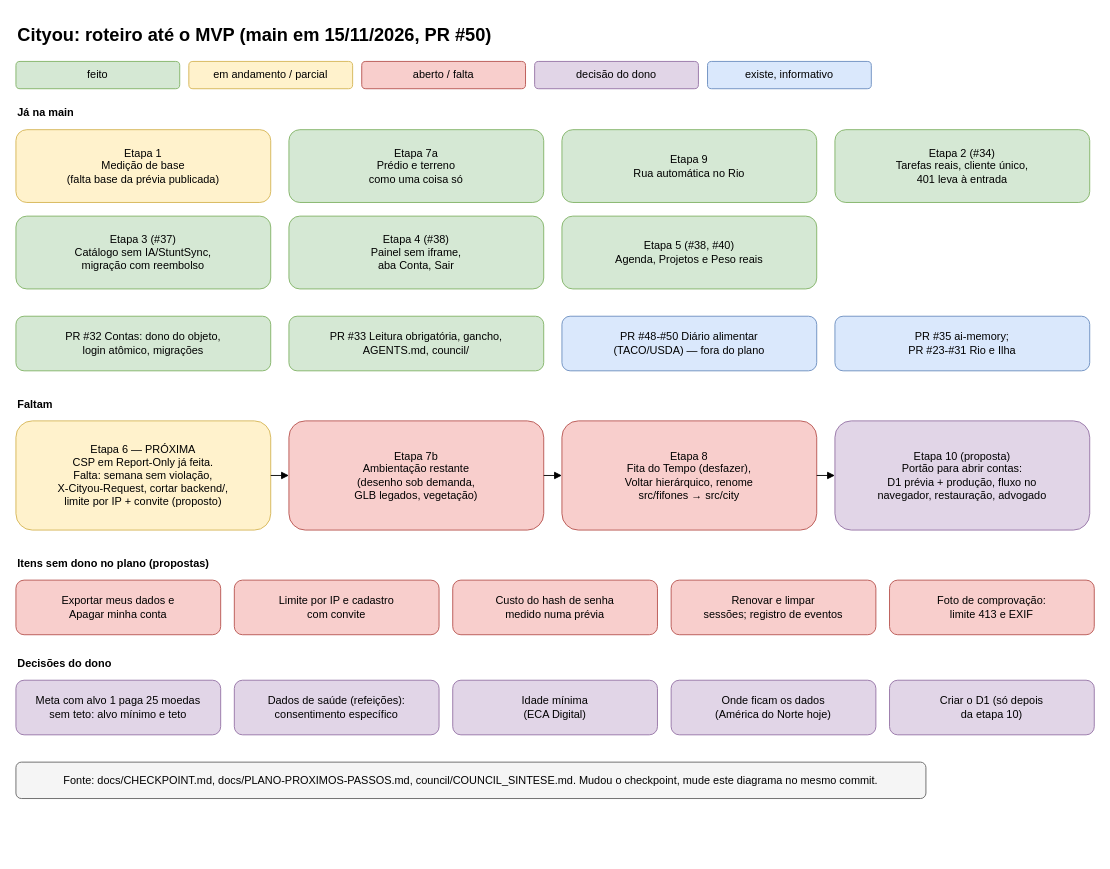
This is page "1 Roteiro até o MVP" (1 of 4) of docs/diagrams/cityou-mvp.drawio from luizfelipeulhoa-afk/Cityou, a draw.io file, before an edit. Source tidied: cells renumbered, new cells numbered last; positions are measured from the earlier drawing's top-left corner, leaving out a move shared by most shapes. Both pictures are drawn from the tidied source at 91%, with x=0, y=0 at pixel (15, 15).
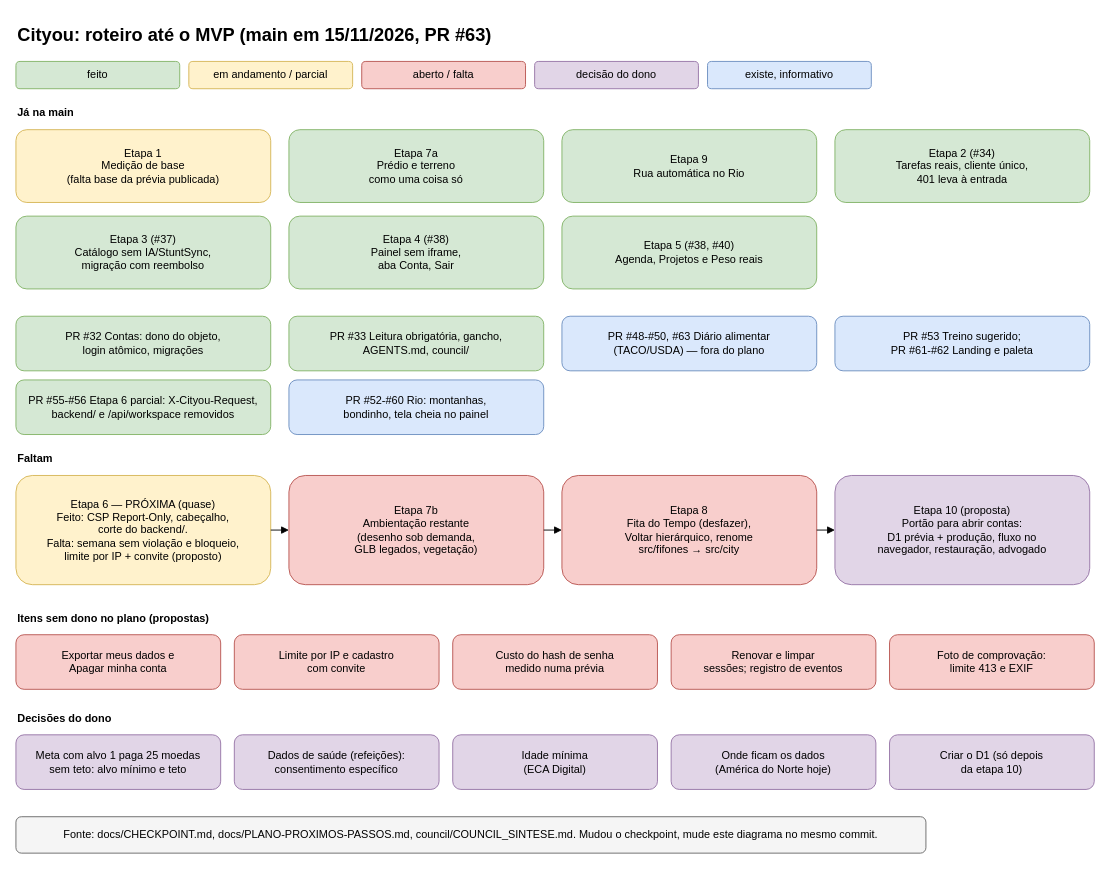
The same diagram, later.

Commit message (it also covers changes not shown here):
Plano e diagramas até o PR #63: etapa 6 quase fechada, backend/ removido

Claude-Session: https://claude.ai/code/session_01NxmKHvftyXmiRcFDSFpCs9

Change to the diagram source:
```diff
@@
-    <mxCell id="2" value="Cityou: roteiro até o MVP (main em 15/11/2026, PR #50)" style="rounded=1;whiteSpace=wrap;html=0;fillColor=#f5f5f5;strokeColor=#666666;fillColor=none;strokeColor=none;fontSize=20;fontStyle=1;align=left;" parent="1" vertex="1">
+    <mxCell id="2" value="Cityou: roteiro até o MVP (main em 15/11/2026, PR #63)" style="rounded=1;whiteSpace=wrap;html=0;fillColor=#f5f5f5;strokeColor=#666666;fillColor=none;strokeColor=none;fontSize=20;fontStyle=1;align=left;" parent="1" vertex="1">
       <mxGeometry width="900" height="40" as="geometry" />
     </mxCell>
@@
-    <mxCell id="18" value="PR #48-#50 Diário alimentar&#10;(TACO/USDA) — fora do plano" style="rounded=1;whiteSpace=wrap;html=0;fillColor=#dae8fc;strokeColor=#6c8ebf;" parent="1" vertex="1">
+    <mxCell id="18" value="PR #48-#50, #63 Diário alimentar&#10;(TACO/USDA) — fora do plano" style="rounded=1;whiteSpace=wrap;html=0;fillColor=#dae8fc;strokeColor=#6c8ebf;" parent="1" vertex="1">
       <mxGeometry x="600" y="330" width="280" height="60" as="geometry" />
     </mxCell>
-    <mxCell id="19" value="PR #35 ai-memory;&#10;PR #23-#31 Rio e Ilha" style="rounded=1;whiteSpace=wrap;html=0;fillColor=#dae8fc;strokeColor=#6c8ebf;" parent="1" vertex="1">
+    <mxCell id="19" value="PR #53 Treino sugerido;&#10;PR #61-#62 Landing e paleta" style="rounded=1;whiteSpace=wrap;html=0;fillColor=#dae8fc;strokeColor=#6c8ebf;" parent="1" vertex="1">
       <mxGeometry x="900" y="330" width="280" height="60" as="geometry" />
     </mxCell>
-    <mxCell id="20" value="Faltam" style="rounded=1;whiteSpace=wrap;html=0;fillColor=#f5f5f5;strokeColor=#666666;fillColor=none;strokeColor=none;fontStyle=1;align=left;" parent="1" vertex="1">
-      <mxGeometry y="415" width="200" height="24" as="geometry" />
+    <mxCell id="20" value="PR #55-#56 Etapa 6 parcial: X-Cityou-Request,&#10;backend/ e /api/workspace removidos" style="rounded=1;whiteSpace=wrap;html=0;fillColor=#d5e8d4;strokeColor=#82b366;" parent="1" vertex="1">
+      <mxGeometry y="400" width="280" height="60" as="geometry" />
     </mxCell>
-    <mxCell id="21" value="Etapa 6 — PRÓXIMA&#10;CSP em Report-Only já feita.&#10;Falta: semana sem violação,&#10;X-Cityou-Request, cortar backend/,&#10;limite por IP + convite (proposto)" style="rounded=1;whiteSpace=wrap;html=0;fillColor=#fff2cc;strokeColor=#d6b656;" parent="1" vertex="1">
-      <mxGeometry y="445" width="280" height="120" as="geometry" />
+    <mxCell id="21" value="PR #52-#60 Rio: montanhas,&#10;bondinho, tela cheia no painel" style="rounded=1;whiteSpace=wrap;html=0;fillColor=#dae8fc;strokeColor=#6c8ebf;" parent="1" vertex="1">
+      <mxGeometry x="300" y="400" width="280" height="60" as="geometry" />
     </mxCell>
-    <mxCell id="22" value="Etapa 7b&#10;Ambientação restante&#10;(desenho sob demanda,&#10;GLB legados, vegetação)" style="rounded=1;whiteSpace=wrap;html=0;fillColor=#f8cecc;strokeColor=#b85450;" parent="1" vertex="1">
-      <mxGeometry x="300" y="445" width="280" height="120" as="geometry" />
+    <mxCell id="22" value="Faltam" style="rounded=1;whiteSpace=wrap;html=0;fillColor=#f5f5f5;strokeColor=#666666;fillColor=none;strokeColor=none;fontStyle=1;align=left;" parent="1" vertex="1">
+      <mxGeometry y="475" width="200" height="24" as="geometry" />
     </mxCell>
-    <mxCell id="23" value="Etapa 8&#10;Fita do Tempo (desfazer),&#10;Voltar hierárquico, renome&#10;src/fifones → src/city" style="rounded=1;whiteSpace=wrap;html=0;fillColor=#f8cecc;strokeColor=#b85450;" parent="1" vertex="1">
-      <mxGeometry x="600" y="445" width="280" height="120" as="geometry" />
+    <mxCell id="23" value="Etapa 6 — PRÓXIMA (quase)&#10;Feito: CSP Report-Only, cabeçalho,&#10;corte do backend/.&#10;Falta: semana sem violação e bloqueio,&#10;limite por IP + convite (proposto)" style="rounded=1;whiteSpace=wrap;html=0;fillColor=#fff2cc;strokeColor=#d6b656;" parent="1" vertex="1">
+      <mxGeometry y="505" width="280" height="120" as="geometry" />
     </mxCell>
-    <mxCell id="24" value="Etapa 10 (proposta)&#10;Portão para abrir contas:&#10;D1 prévia + produção, fluxo no&#10;navegador, restauração, advogado" style="rounded=1;whiteSpace=wrap;html=0;fillColor=#e1d5e7;strokeColor=#9673a6;" parent="1" vertex="1">
-      <mxGeometry x="900" y="445" width="280" height="120" as="geometry" />
+    <mxCell id="24" value="Etapa 7b&#10;Ambientação restante&#10;(desenho sob demanda,&#10;GLB legados, vegetação)" style="rounded=1;whiteSpace=wrap;html=0;fillColor=#f8cecc;strokeColor=#b85450;" parent="1" vertex="1">
+      <mxGeometry x="300" y="505" width="280" height="120" as="geometry" />
     </mxCell>
-    <mxCell id="25" style="edgeStyle=orthogonalEdgeStyle;rounded=1;endArrow=block;html=0;" parent="1" edge="1" source="21" target="22">
-      <mxGeometry relative="1" as="geometry" />
-    </mxCell>
-    <mxCell id="26" style="edgeStyle=orthogonalEdgeStyle;rounded=1;endArrow=block;html=0;" parent="1" edge="1" source="22" target="23">
-      <mxGeometry relative="1" as="geometry" />
-    </mxCell>
+    <mxCell id="41" value="Etapa 8&#10;Fita do Tempo (desfazer),&#10;Voltar hierárquico, renome&#10;src/fifones → src/city" style="rounded=1;whiteSpace=wrap;html=0;fillColor=#f8cecc;strokeColor=#b85450;" parent="1" vertex="1">
+      <mxGeometry x="600" y="505" width="280" height="120" as="geometry" />
+    </mxCell>
+    <mxCell id="42" value="Etapa 10 (proposta)&#10;Portão para abrir contas:&#10;D1 prévia + produção, fluxo no&#10;navegador, restauração, advogado" style="rounded=1;whiteSpace=wrap;html=0;fillColor=#e1d5e7;strokeColor=#9673a6;" parent="1" vertex="1">
+      <mxGeometry x="900" y="505" width="280" height="120" as="geometry" />
+    </mxCell>
@@
-    <mxCell id="28" value="Itens sem dono no plano (propostas)" style="rounded=1;whiteSpace=wrap;html=0;fillColor=#f5f5f5;strokeColor=#666666;fillColor=none;strokeColor=none;fontStyle=1;align=left;" parent="1" vertex="1">
-      <mxGeometry y="590" width="400" height="24" as="geometry" />
-    </mxCell>
-    <mxCell id="29" value="Exportar meus dados e&#10;Apagar minha conta" style="rounded=1;whiteSpace=wrap;html=0;fillColor=#f8cecc;strokeColor=#b85450;" parent="1" vertex="1">
-      <mxGeometry y="620" width="225" height="60" as="geometry" />
-    </mxCell>
+    <mxCell id="43" style="edgeStyle=orthogonalEdgeStyle;rounded=1;endArrow=block;html=0;" parent="1" edge="1" source="24" target="41">
+      <mxGeometry relative="1" as="geometry" />
+    </mxCell>
+    <mxCell id="44" style="edgeStyle=orthogonalEdgeStyle;rounded=1;endArrow=block;html=0;" parent="1" edge="1" source="41" target="42">
+      <mxGeometry relative="1" as="geometry" />
+    </mxCell>
-    <mxCell id="30" value="Limite por IP e cadastro&#10;com convite" style="rounded=1;whiteSpace=wrap;html=0;fillColor=#f8cecc;strokeColor=#b85450;" parent="1" vertex="1">
-      <mxGeometry x="240" y="620" width="225" height="60" as="geometry" />
+    <mxCell id="30" value="Itens sem dono no plano (propostas)" style="rounded=1;whiteSpace=wrap;html=0;fillColor=#f5f5f5;strokeColor=#666666;fillColor=none;strokeColor=none;fontStyle=1;align=left;" parent="1" vertex="1">
+      <mxGeometry y="650" width="400" height="24" as="geometry" />
     </mxCell>
-    <mxCell id="31" value="Custo do hash de senha&#10;medido numa prévia" style="rounded=1;whiteSpace=wrap;html=0;fillColor=#f8cecc;strokeColor=#b85450;" parent="1" vertex="1">
-      <mxGeometry x="480" y="620" width="225" height="60" as="geometry" />
+    <mxCell id="31" value="Exportar meus dados e&#10;Apagar minha conta" style="rounded=1;whiteSpace=wrap;html=0;fillColor=#f8cecc;strokeColor=#b85450;" parent="1" vertex="1">
+      <mxGeometry y="680" width="225" height="60" as="geometry" />
     </mxCell>
-    <mxCell id="32" value="Renovar e limpar&#10;sessões; registro de eventos" style="rounded=1;whiteSpace=wrap;html=0;fillColor=#f8cecc;strokeColor=#b85450;" parent="1" vertex="1">
-      <mxGeometry x="720" y="620" width="225" height="60" as="geometry" />
+    <mxCell id="32" value="Limite por IP e cadastro&#10;com convite" style="rounded=1;whiteSpace=wrap;html=0;fillColor=#f8cecc;strokeColor=#b85450;" parent="1" vertex="1">
+      <mxGeometry x="240" y="680" width="225" height="60" as="geometry" />
     </mxCell>
-    <mxCell id="33" value="Foto de comprovação:&#10;limite 413 e EXIF" style="rounded=1;whiteSpace=wrap;html=0;fillColor=#f8cecc;strokeColor=#b85450;" parent="1" vertex="1">
-      <mxGeometry x="960" y="620" width="225" height="60" as="geometry" />
+    <mxCell id="33" value="Custo do hash de senha&#10;medido numa prévia" style="rounded=1;whiteSpace=wrap;html=0;fillColor=#f8cecc;strokeColor=#b85450;" parent="1" vertex="1">
+      <mxGeometry x="480" y="680" width="225" height="60" as="geometry" />
     </mxCell>
-    <mxCell id="34" value="Decisões do dono" style="rounded=1;whiteSpace=wrap;html=0;fillColor=#f5f5f5;strokeColor=#666666;fillColor=none;strokeColor=none;fontStyle=1;align=left;" parent="1" vertex="1">
-      <mxGeometry y="700" width="300" height="24" as="geometry" />
+    <mxCell id="34" value="Renovar e limpar&#10;sessões; registro de eventos" style="rounded=1;whiteSpace=wrap;html=0;fillColor=#f8cecc;strokeColor=#b85450;" parent="1" vertex="1">
+      <mxGeometry x="720" y="680" width="225" height="60" as="geometry" />
     </mxCell>
-    <mxCell id="35" value="Meta com alvo 1 paga 25 moedas&#10;sem teto: alvo mínimo e teto" style="rounded=1;whiteSpace=wrap;html=0;fillColor=#e1d5e7;strokeColor=#9673a6;" parent="1" vertex="1">
-      <mxGeometry y="730" width="225" height="60" as="geometry" />
+    <mxCell id="35" value="Foto de comprovação:&#10;limite 413 e EXIF" style="rounded=1;whiteSpace=wrap;html=0;fillColor=#f8cecc;strokeColor=#b85450;" parent="1" vertex="1">
+      <mxGeometry x="960" y="680" width="225" height="60" as="geometry" />
     </mxCell>
-    <mxCell id="36" value="Dados de saúde (refeições):&#10;consentimento específico" style="rounded=1;whiteSpace=wrap;html=0;fillColor=#e1d5e7;strokeColor=#9673a6;" parent="1" vertex="1">
-      <mxGeometry x="240" y="730" width="225" height="60" as="geometry" />
+    <mxCell id="36" value="Decisões do dono" style="rounded=1;whiteSpace=wrap;html=0;fillColor=#f5f5f5;strokeColor=#666666;fillColor=none;strokeColor=none;fontStyle=1;align=left;" parent="1" vertex="1">
+      <mxGeometry y="760" width="300" height="24" as="geometry" />
     </mxCell>
-    <mxCell id="37" value="Idade mínima&#10;(ECA Digital)" style="rounded=1;whiteSpace=wrap;html=0;fillColor=#e1d5e7;strokeColor=#9673a6;" parent="1" vertex="1">
-      <mxGeometry x="480" y="730" width="225" height="60" as="geometry" />
+    <mxCell id="37" value="Meta com alvo 1 paga 25 moedas&#10;sem teto: alvo mínimo e teto" style="rounded=1;whiteSpace=wrap;html=0;fillColor=#e1d5e7;strokeColor=#9673a6;" parent="1" vertex="1">
+      <mxGeometry y="790" width="225" height="60" as="geometry" />
     </mxCell>
-    <mxCell id="38" value="Onde ficam os dados&#10;(América do Norte hoje)" style="rounded=1;whiteSpace=wrap;html=0;fillColor=#e1d5e7;strokeColor=#9673a6;" parent="1" vertex="1">
-      <mxGeometry x="720" y="730" width="225" height="60" as="geometry" />
+    <mxCell id="38" value="Dados de saúde (refeições):&#10;consentimento específico" style="rounded=1;whiteSpace=wrap;html=0;fillColor=#e1d5e7;strokeColor=#9673a6;" parent="1" vertex="1">
+      <mxGeometry x="240" y="790" width="225" height="60" as="geometry" />
     </mxCell>
-    <mxCell id="39" value="Criar o D1 (só depois&#10;da etapa 10)" style="rounded=1;whiteSpace=wrap;html=0;fillColor=#e1d5e7;strokeColor=#9673a6;" parent="1" vertex="1">
-      <mxGeometry x="960" y="730" width="225" height="60" as="geometry" />
+    <mxCell id="39" value="Idade mínima&#10;(ECA Digital)" style="rounded=1;whiteSpace=wrap;html=0;fillColor=#e1d5e7;strokeColor=#9673a6;" parent="1" vertex="1">
+      <mxGeometry x="480" y="790" width="225" height="60" as="geometry" />
     </mxCell>
-    <mxCell id="40" value="Fonte: docs/CHECKPOINT.md, docs/PLANO-PROXIMOS-PASSOS.md, council/COUNCIL_SINTESE.md. Mudou o checkpoint, mude este diagrama no mesmo commit." style="rounded=1;whiteSpace=wrap;html=0;fillColor=#f5f5f5;strokeColor=#666666;" parent="1" vertex="1">
-      <mxGeometry y="820" width="1000" height="40" as="geometry" />
+    <mxCell id="40" value="Onde ficam os dados&#10;(América do Norte hoje)" style="rounded=1;whiteSpace=wrap;html=0;fillColor=#e1d5e7;strokeColor=#9673a6;" parent="1" vertex="1">
+      <mxGeometry x="720" y="790" width="225" height="60" as="geometry" />
     </mxCell>
+    <mxCell id="45" value="Criar o D1 (só depois&#10;da etapa 10)" style="rounded=1;whiteSpace=wrap;html=0;fillColor=#e1d5e7;strokeColor=#9673a6;" parent="1" vertex="1">
+      <mxGeometry x="960" y="790" width="225" height="60" as="geometry" />
+    </mxCell>
+    <mxCell id="46" value="Fonte: docs/CHECKPOINT.md, docs/PLANO-PROXIMOS-PASSOS.md, council/COUNCIL_SINTESE.md. Mudou o checkpoint, mude este diagrama no mesmo commit." style="rounded=1;whiteSpace=wrap;html=0;fillColor=#f5f5f5;strokeColor=#666666;" parent="1" vertex="1">
+      <mxGeometry y="880" width="1000" height="40" as="geometry" />
+    </mxCell>
```
